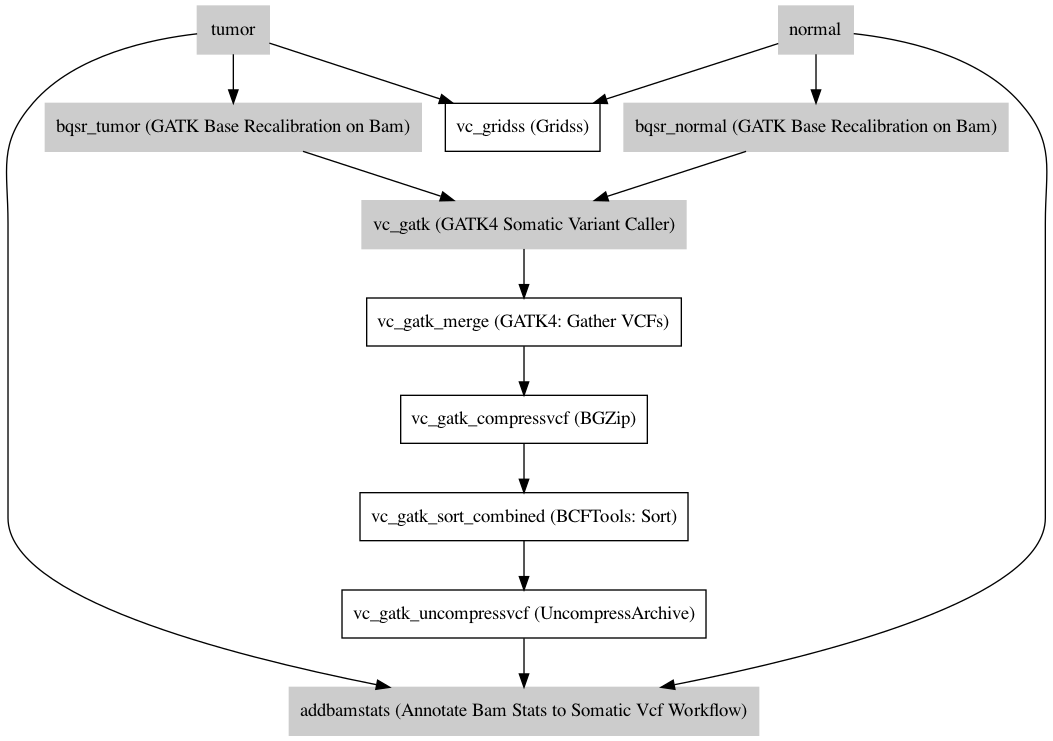
PMCC-BioinformaticsCore/janis keeps this Graphviz diagram as docs/pipelines/WGSSomaticGATKVariantsOnly_1_3_1.dot.png. Above is the earlier version. Its source is kept beside it as docs/pipelines/WGSSomaticGATKVariantsOnly_1_3_1.dot.
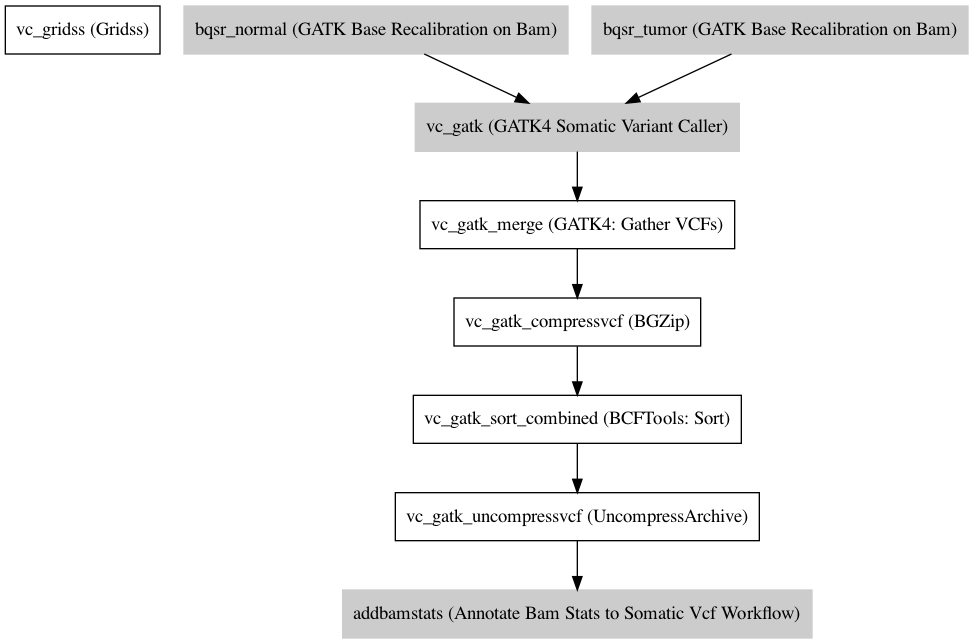
Above is the later version.

Diff of the diagram source:
```diff
@@ -1,7 +1,5 @@
 digraph WGSSomaticGATKVariantsOnly {
 	node [shape=record]
-	tumor [label=tumor color=grey80 style=filled]
-	normal [label=normal color=grey80 style=filled]
 	vc_gridss [label="vc_gridss (Gridss)"]
 	bqsr_normal [label="bqsr_normal (GATK Base Recalibration on Bam)" color=grey80 style=filled]
 	bqsr_tumor [label="bqsr_tumor (GATK Base Recalibration on Bam)" color=grey80 style=filled]
@@ -11,17 +9,11 @@
 	vc_gatk_sort_combined [label="vc_gatk_sort_combined (BCFTools: Sort)"]
 	vc_gatk_uncompressvcf [label="vc_gatk_uncompressvcf (UncompressArchive)"]
 	addbamstats [label="addbamstats (Annotate Bam Stats to Somatic Vcf Workflow)" color=grey80 style=filled]
-	tumor -> vc_gridss
-	normal -> vc_gridss
-	normal -> bqsr_normal
-	tumor -> bqsr_tumor
 	bqsr_normal -> vc_gatk
 	bqsr_tumor -> vc_gatk
 	vc_gatk -> vc_gatk_merge
 	vc_gatk_merge -> vc_gatk_compressvcf
 	vc_gatk_compressvcf -> vc_gatk_sort_combined
 	vc_gatk_sort_combined -> vc_gatk_uncompressvcf
-	tumor -> addbamstats
 	vc_gatk_uncompressvcf -> addbamstats
-	normal -> addbamstats
 }
```
